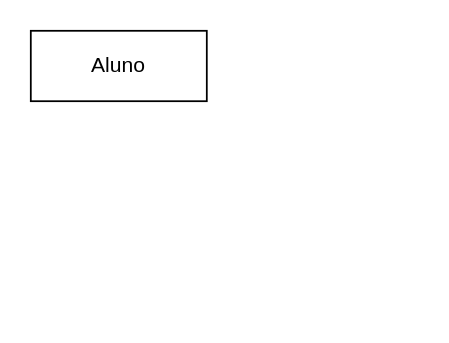
The draw.io diagram Untitled Diagram.drawio in AndreConforti/BD_Faculdade, before the edit. Source tidied: cells renumbered, new cells numbered last; positions are measured from the earlier drawing's top-left corner, leaving out a move shared by most shapes. Both pictures are drawn from the tidied source at 176%, with x=0, y=0 at pixel (30, 30).
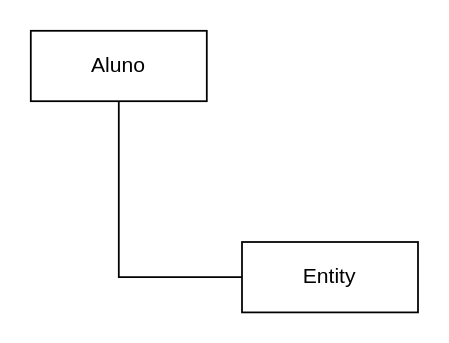
After the change.

Commit message (it also covers changes not shown here):
Faculdade - MER

Change to the diagram source:
```diff
@@
 <mxGraphModel>
   <root>
     <mxCell id="0" />
     <mxCell id="1" parent="0" />
+    <mxCell id="3" style="edgeStyle=orthogonalEdgeStyle;rounded=0;jettySize=auto;html=1;entryX=0;entryY=0.5;entryDx=0;entryDy=0;endArrow=none;endFill=0;" parent="1" edge="1" source="2" target="4">
+      <mxGeometry relative="1" as="geometry">
+        <Array as="points">
+          <mxPoint x="50" y="140" />
+        </Array>
+      </mxGeometry>
+    </mxCell>
     <mxCell id="2" value="Aluno" style="whiteSpace=wrap;html=1;align=center;" parent="1" vertex="1">
       <mxGeometry width="100" height="40" as="geometry" />
     </mxCell>
+    <mxCell id="4" value="Entity" style="whiteSpace=wrap;html=1;align=center;" parent="1" vertex="1">
+      <mxGeometry x="120" y="120" width="100" height="40" as="geometry" />
+    </mxCell>
   </root>
 </mxGraphModel>
```
